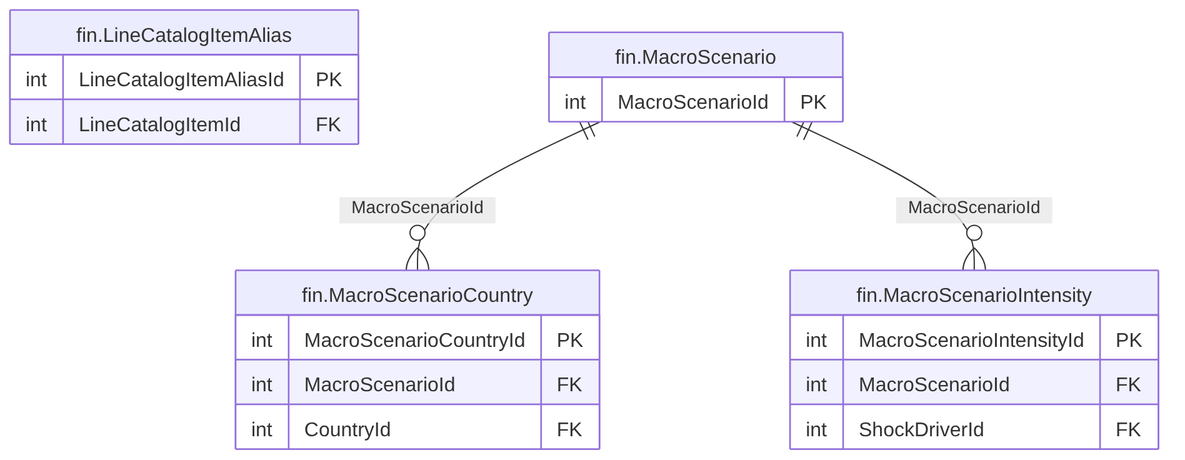
thawrasy/smartlines keeps this Mermaid diagram as treasury-platform/docs/diagrams/erd/m5_financials_8.png. Above is the earlier version. Its source is kept beside it as treasury-platform/docs/diagrams/erd/m5_financials_8.mmd.
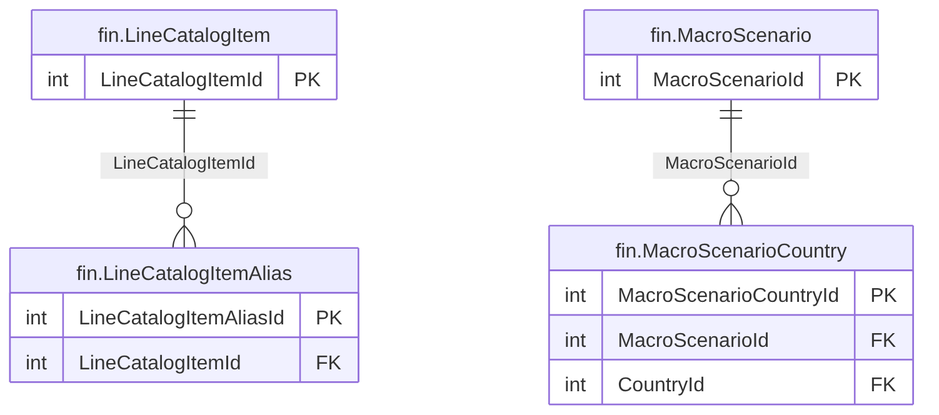
Above is the later version.

Diff of the diagram source:
```diff
@@ -1,4 +1,7 @@
 erDiagram
+  fin_LineCatalogItem["fin.LineCatalogItem"] {
+    int LineCatalogItemId PK
+  }
   fin_LineCatalogItemAlias["fin.LineCatalogItemAlias"] {
     int LineCatalogItemAliasId PK
     int LineCatalogItemId FK
@@ -11,10 +14,5 @@
     int MacroScenarioId FK
     int CountryId FK
   }
-  fin_MacroScenarioIntensity["fin.MacroScenarioIntensity"] {
-    int MacroScenarioIntensityId PK
-    int MacroScenarioId FK
-    int ShockDriverId FK
-  }
+  fin_LineCatalogItem ||--o{ fin_LineCatalogItemAlias : "LineCatalogItemId"
   fin_MacroScenario ||--o{ fin_MacroScenarioCountry : "MacroScenarioId"
-  fin_MacroScenario ||--o{ fin_MacroScenarioIntensity : "MacroScenarioId"
```
